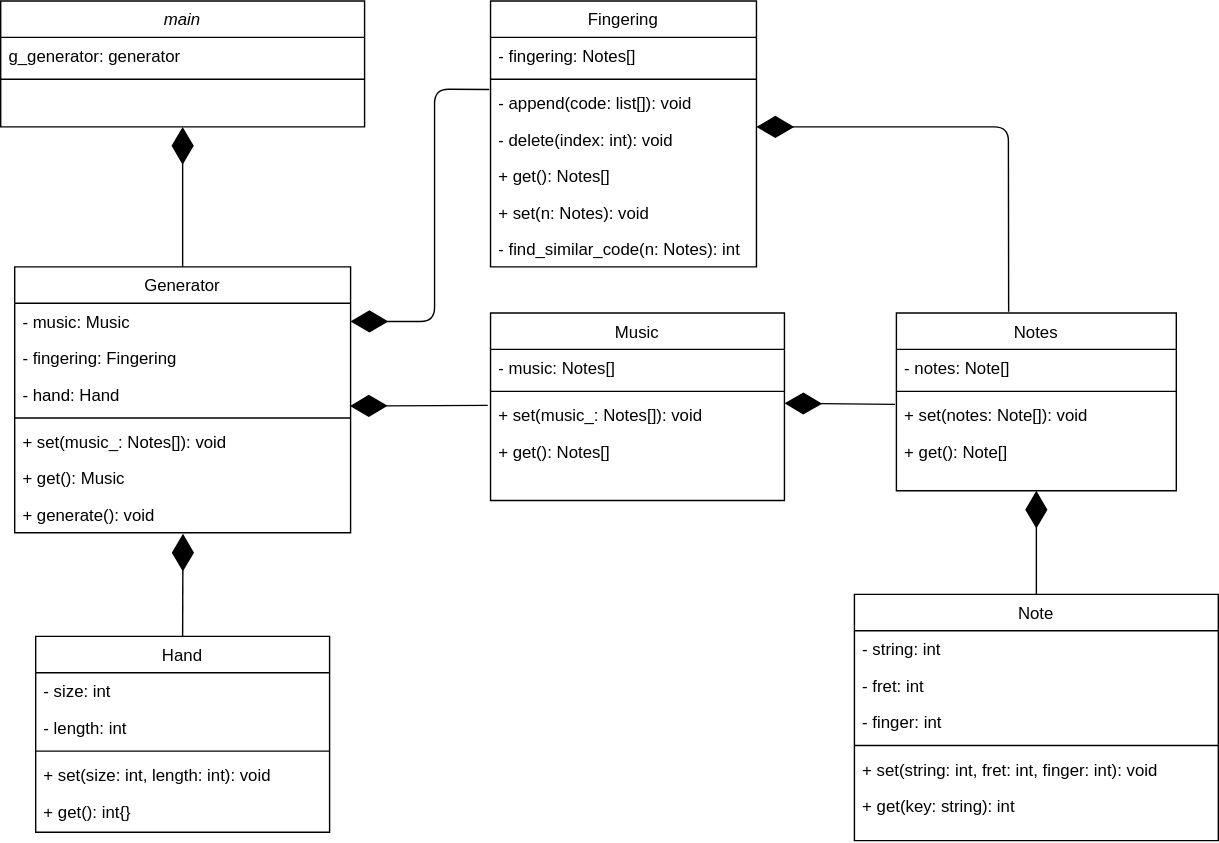
Earlier version of the draw.io export docs/diagram/guitar_fingering_generator.svg (boy-min/Guitar-Fingering-Generator). Source tidied: cells renumbered, new cells last; positions are measured from the earlier drawing's top-left corner, leaving out a move shared by most shapes.
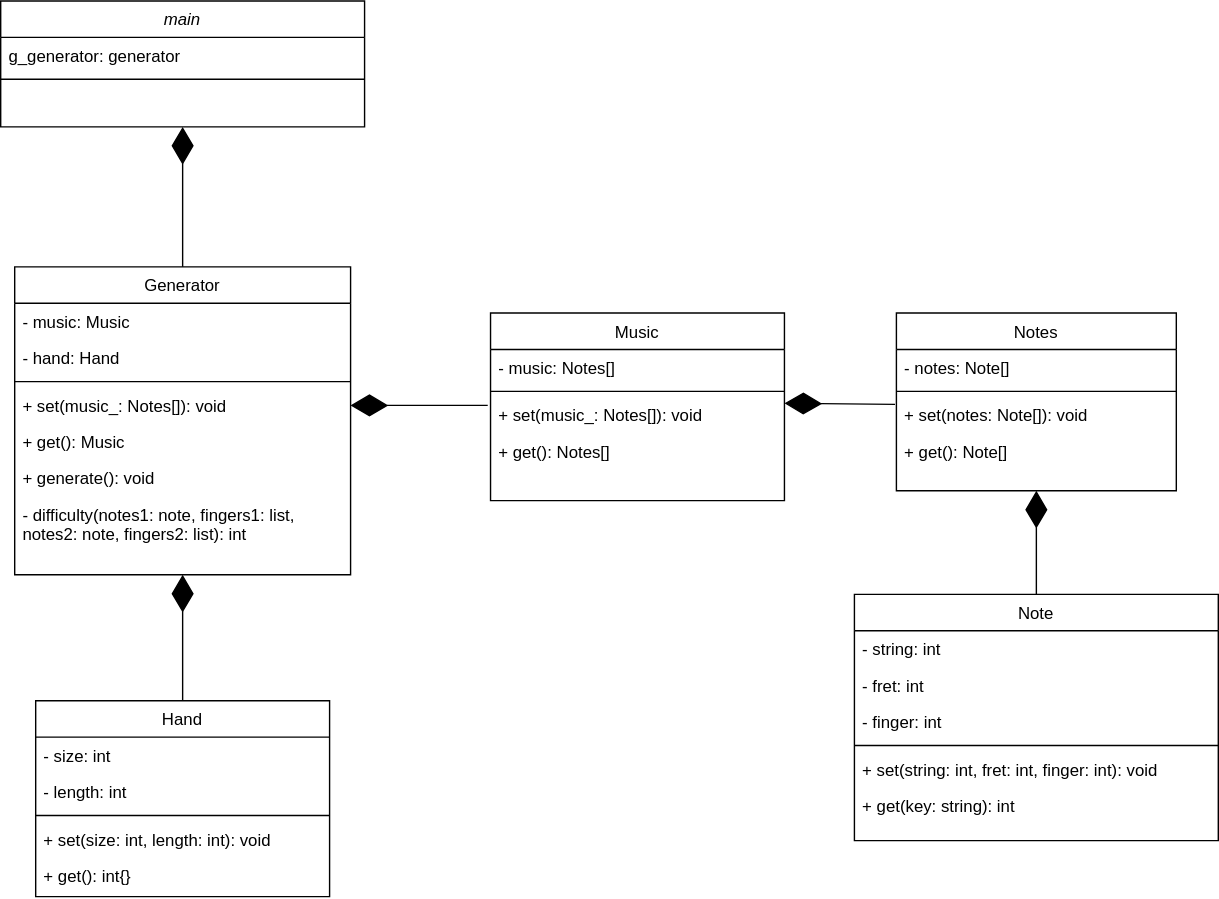
After the commit.

Commit message:
Fix class diagram.

The edit, as a diff of the source:
```diff
@@ -63,7 +63,7 @@
       <mxGeometry y="138" width="260" height="26" as="geometry" />
     </mxCell>
     <mxCell id="22" value="Hand" style="swimlane;fontStyle=0;align=center;verticalAlign=top;horizontal=1;startSize=26;rounded=0;shadow=0;strokeWidth=1;" parent="1" vertex="1">
-      <mxGeometry x="25" y="454" width="210" height="140" as="geometry" />
+      <mxGeometry x="25" y="500" width="210" height="140" as="geometry" />
     </mxCell>
     <mxCell id="23" value="- size: int" style="text;align=left;verticalAlign=top;spacingLeft=4;spacingRight=4;overflow=hidden;" parent="22" vertex="1">
       <mxGeometry y="26" width="210" height="26" as="geometry" />
@@ -81,68 +81,38 @@
       <mxGeometry y="112" width="210" height="26" as="geometry" />
     </mxCell>
     <mxCell id="28" value="Generator" style="swimlane;fontStyle=0;align=center;verticalAlign=top;horizontal=1;startSize=26;rounded=0;shadow=0;strokeWidth=1;" parent="1" vertex="1">
-      <mxGeometry x="10" y="190" width="240" height="190" as="geometry" />
+      <mxGeometry x="10" y="190" width="240" height="220" as="geometry" />
     </mxCell>
     <mxCell id="29" value="- music: Music" style="text;align=left;verticalAlign=top;spacingLeft=4;spacingRight=4;overflow=hidden;points=[[0,0.5],[1,0.5]];portConstraint=eastwest;" parent="28" vertex="1">
       <mxGeometry y="26" width="240" height="26" as="geometry" />
     </mxCell>
-    <mxCell id="30" value="- fingering: Fingering" style="text;align=left;verticalAlign=top;spacingLeft=4;spacingRight=4;overflow=hidden;" parent="28" vertex="1">
-      <mxGeometry y="52" width="240" height="26" as="geometry" />
-    </mxCell>
     <mxCell id="31" value="- hand: Hand" style="text;align=left;verticalAlign=top;spacingLeft=4;spacingRight=4;overflow=hidden;points=[[0,0.5],[1,0.5]];portConstraint=eastwest;" parent="28" vertex="1">
-      <mxGeometry y="78" width="240" height="26" as="geometry" />
+      <mxGeometry y="52" width="240" height="26" as="geometry" />
     </mxCell>
     <mxCell id="32" style="line;html=1;strokeWidth=1;align=left;verticalAlign=middle;spacingTop=-1;spacingLeft=3;spacingRight=3;labelPosition=right;" parent="28" vertex="1">
-      <mxGeometry y="104" width="240" height="8" as="geometry" />
+      <mxGeometry y="78" width="240" height="8" as="geometry" />
     </mxCell>
     <mxCell id="33" value="+ set(music_: Notes[]): void" style="text;align=left;verticalAlign=top;spacingLeft=4;spacingRight=4;overflow=hidden;points=[[0,0.5],[1,0.5]];portConstraint=eastwest;" parent="28" vertex="1">
-      <mxGeometry y="112" width="240" height="26" as="geometry" />
+      <mxGeometry y="86" width="240" height="26" as="geometry" />
     </mxCell>
     <mxCell id="34" value="+ get(): Music" style="text;align=left;verticalAlign=top;spacingLeft=4;spacingRight=4;overflow=hidden;" parent="28" vertex="1">
-      <mxGeometry y="138" width="240" height="26" as="geometry" />
+      <mxGeometry y="112" width="240" height="26" as="geometry" />
     </mxCell>
     <mxCell id="35" value="+ generate(): void" style="text;align=left;verticalAlign=top;spacingLeft=4;spacingRight=4;overflow=hidden;points=[[0,0.5],[1,0.5]];portConstraint=eastwest;" parent="28" vertex="1">
-      <mxGeometry y="164" width="240" height="26" as="geometry" />
+      <mxGeometry y="138" width="240" height="26" as="geometry" />
     </mxCell>
-    <mxCell id="36" value="Fingering" style="swimlane;fontStyle=0;align=center;verticalAlign=top;horizontal=1;startSize=26;rounded=0;shadow=0;strokeWidth=1;" parent="1" vertex="1">
-      <mxGeometry x="350" width="190" height="190" as="geometry" />
-    </mxCell>
-    <mxCell id="37" value="- fingering: Notes[]" style="text;align=left;verticalAlign=top;spacingLeft=4;spacingRight=4;overflow=hidden;" parent="36" vertex="1">
-      <mxGeometry y="26" width="190" height="26" as="geometry" />
-    </mxCell>
-    <mxCell id="38" style="line;html=1;strokeWidth=1;align=left;verticalAlign=middle;spacingTop=-1;spacingLeft=3;spacingRight=3;labelPosition=right;" parent="36" vertex="1">
-      <mxGeometry y="52" width="190" height="8" as="geometry" />
-    </mxCell>
-    <mxCell id="39" value="- append(code: list[]): void" style="text;align=left;verticalAlign=top;spacingLeft=4;spacingRight=4;overflow=hidden;points=[[0,0.5],[1,0.5]];portConstraint=eastwest;" parent="36" vertex="1">
-      <mxGeometry y="60" width="190" height="26" as="geometry" />
-    </mxCell>
-    <mxCell id="40" value="- delete(index: int): void" style="text;align=left;verticalAlign=top;spacingLeft=4;spacingRight=4;overflow=hidden;" parent="36" vertex="1">
-      <mxGeometry y="86" width="190" height="26" as="geometry" />
-    </mxCell>
-    <mxCell id="41" value="+ get(): Notes[]" style="text;align=left;verticalAlign=top;spacingLeft=4;spacingRight=4;overflow=hidden;" parent="36" vertex="1">
-      <mxGeometry y="112" width="190" height="26" as="geometry" />
-    </mxCell>
-    <mxCell id="42" value="+ set(n: Notes): void" style="text;align=left;verticalAlign=top;spacingLeft=4;spacingRight=4;overflow=hidden;" parent="36" vertex="1">
-      <mxGeometry y="138" width="190" height="26" as="geometry" />
-    </mxCell>
-    <mxCell id="43" value="- find_similar_code(n: Notes): int" style="text;align=left;verticalAlign=top;spacingLeft=4;spacingRight=4;overflow=hidden;" parent="36" vertex="1">
-      <mxGeometry y="164" width="190" height="26" as="geometry" />
-    </mxCell>
+    <mxCell id="51" value="- difficulty(notes1: note, fingers1: list,&#10;notes2: note, fingers2: list): int" style="text;align=left;verticalAlign=top;spacingLeft=4;spacingRight=4;overflow=hidden;" parent="28" vertex="1">
+      <mxGeometry y="164" width="240" height="46" as="geometry" />
+    </mxCell>
     <mxCell id="44" style="endArrow=diamondThin;endFill=1;endSize=24;html=1;exitX=0.5;exitY=0;exitDx=0;exitDy=0;entryX=0.5;entryY=1;entryDx=0;entryDy=0;" parent="1" edge="1" source="28" target="2">
       <mxGeometry relative="1" as="geometry" />
     </mxCell>
-    <mxCell id="45" style="endArrow=diamondThin;endFill=1;endSize=24;html=1;exitX=0.5;exitY=0;exitDx=0;exitDy=0;entryX=0.501;entryY=1.029;entryDx=0;entryDy=0;entryPerimeter=0;" parent="1" edge="1" source="22" target="35">
-      <mxGeometry relative="1" as="geometry" />
+    <mxCell id="45" style="endArrow=diamondThin;endFill=1;endSize=24;html=1;exitX=0.5;exitY=0;exitDx=0;exitDy=0;" parent="1" edge="1" source="22">
+      <mxGeometry relative="1" as="geometry">
+        <mxPoint x="130" y="410" as="targetPoint" />
+      </mxGeometry>
     </mxCell>
-    <mxCell id="46" style="endArrow=diamondThin;endFill=1;endSize=24;html=1;entryX=1;entryY=0.5;entryDx=0;entryDy=0;exitX=-0.005;exitY=0.125;exitDx=0;exitDy=0;exitPerimeter=0;" parent="1" edge="1" source="39" target="29">
-      <mxGeometry relative="1" as="geometry">
-        <Array as="points">
-          <mxPoint x="310" y="63" />
-          <mxPoint x="310" y="229" />
-        </Array>
-      </mxGeometry>
-    </mxCell>
-    <mxCell id="47" style="endArrow=diamondThin;endFill=1;endSize=24;html=1;entryX=0.998;entryY=0.824;entryDx=0;entryDy=0;entryPerimeter=0;" parent="1" edge="1" target="31">
+    <mxCell id="47" style="endArrow=diamondThin;endFill=1;endSize=24;html=1;entryX=1;entryY=0.5;entryDx=0;entryDy=0;" parent="1" edge="1" target="33">
       <mxGeometry relative="1" as="geometry">
         <mxPoint x="348" y="289" as="sourcePoint" />
       </mxGeometry>
@@ -155,13 +125,5 @@
     <mxCell id="49" style="endArrow=diamondThin;endFill=1;endSize=24;html=1;entryX=0.5;entryY=1;entryDx=0;entryDy=0;exitX=0.5;exitY=0;exitDx=0;exitDy=0;" parent="1" edge="1" source="15" target="5">
       <mxGeometry relative="1" as="geometry" />
     </mxCell>
-    <mxCell id="50" style="endArrow=diamondThin;endFill=1;endSize=24;html=1;entryX=1;entryY=0.5;entryDx=0;entryDy=0;exitX=0.401;exitY=-0.007;exitDx=0;exitDy=0;exitPerimeter=0;" parent="1" edge="1" source="5">
-      <mxGeometry relative="1" as="geometry">
-        <mxPoint x="540" y="90" as="targetPoint" />
-        <Array as="points">
-          <mxPoint x="720" y="90" />
-        </Array>
-      </mxGeometry>
-    </mxCell>
   </root>
 </mxGraphModel>
```
